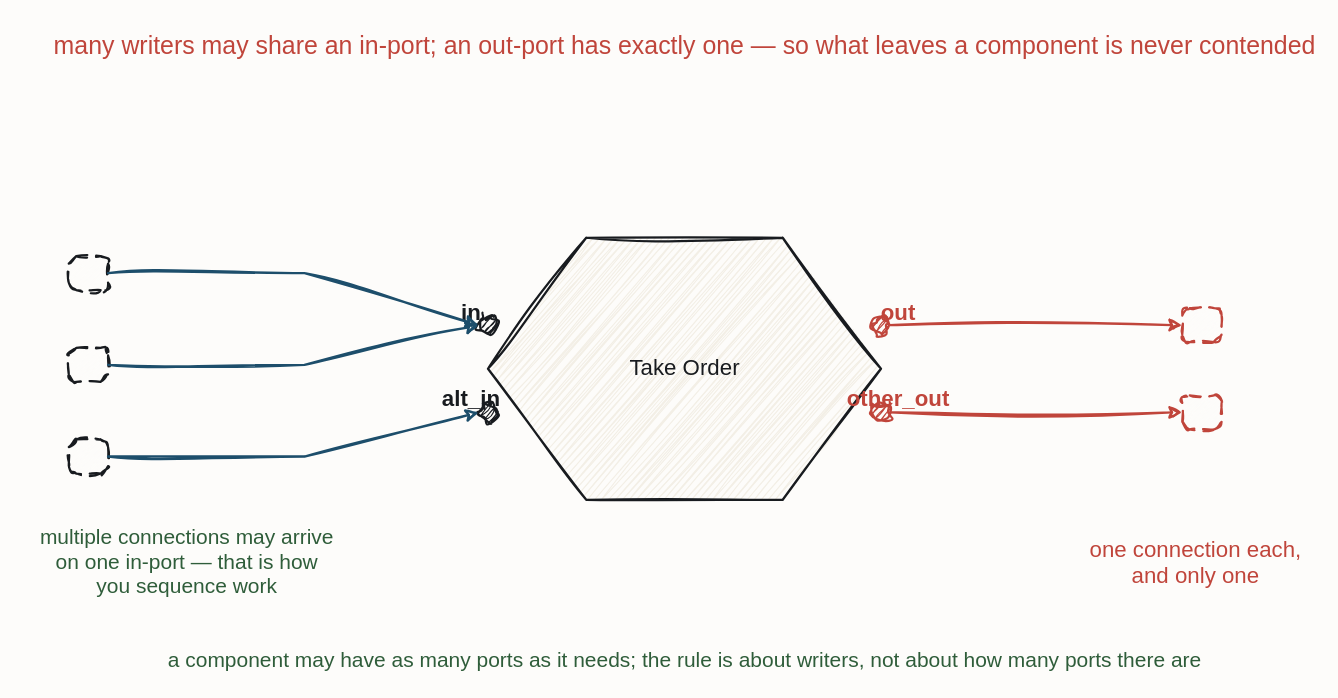
This is resources/flow-fbp-ports.drawio from iancooper/practical-messaging, a draw.io file, before an edit. Source tidied: cells renumbered, new cells numbered last; positions are measured from the earlier drawing's top-left corner, leaving out a move shared by most shapes. Both pictures are drawn from the tidied source at 131%, with x=0, y=0 at pixel (68, 22).
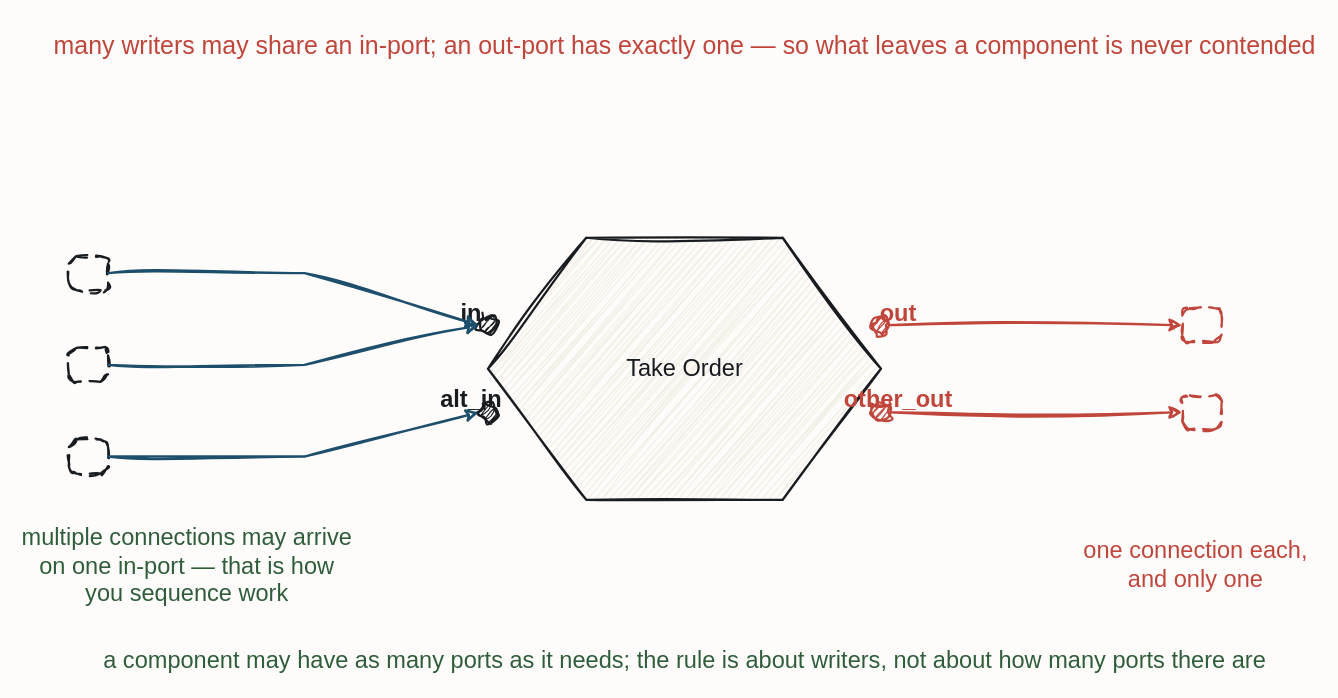
After the change.

Unchanged cells that the change refers to:
```xml
<mxCell id="4" style="sketch=1;hachureGap=4;jiggle=2;curveFitting=1;fontFamily=Caveat;html=1;ellipse;verticalLabelPosition=bottom;verticalAlign=top;strokeColor=#181B1F;strokeWidth=1.7;fillColor=#181B1F;fontColor=#181B1F;fontSize=14;" parent="1" vertex="1">
  <mxGeometry x="313" y="223.7" width="14" height="14" as="geometry" />
</mxCell>
<mxCell id="6" style="sketch=1;hachureGap=4;jiggle=2;curveFitting=1;fontFamily=Caveat;html=1;ellipse;verticalLabelPosition=bottom;verticalAlign=top;strokeColor=#181B1F;strokeWidth=1.7;fillColor=#181B1F;fontColor=#181B1F;fontSize=14;" parent="1" vertex="1">
  <mxGeometry x="313" y="290.3" width="14" height="14" as="geometry" />
</mxCell>
<mxCell id="8" style="sketch=1;hachureGap=4;jiggle=2;curveFitting=1;fontFamily=Caveat;html=1;ellipse;verticalLabelPosition=bottom;verticalAlign=top;strokeColor=#C0453B;strokeWidth=1.7;fillColor=#C0453B;fontColor=#C0453B;fontSize=14;" parent="1" vertex="1">
  <mxGeometry x="613" y="223.7" width="14" height="14" as="geometry" />
</mxCell>
<mxCell id="10" style="sketch=1;hachureGap=4;jiggle=2;curveFitting=1;fontFamily=Caveat;html=1;ellipse;verticalLabelPosition=bottom;verticalAlign=top;strokeColor=#C0453B;strokeWidth=1.7;fillColor=#C0453B;fontColor=#C0453B;fontSize=14;" parent="1" vertex="1">
  <mxGeometry x="613" y="290.3" width="14" height="14" as="geometry" />
</mxCell>
<mxCell id="12" style="sketch=1;hachureGap=4;jiggle=2;curveFitting=1;fontFamily=Caveat;html=1;rounded=1;arcSize=22;dashed=1;dashPattern=5 4;strokeColor=#181B1F;strokeWidth=1.7;fillColor=#FDFCFA;fontColor=#181B1F;fontSize=13;" parent="1" vertex="1">
  <mxGeometry y="178" width="30" height="26" as="geometry" />
</mxCell>
<mxCell id="13" style="sketch=1;hachureGap=4;jiggle=2;curveFitting=1;fontFamily=Caveat;html=1;rounded=1;arcSize=22;dashed=1;dashPattern=5 4;strokeColor=#181B1F;strokeWidth=1.7;fillColor=#FDFCFA;fontColor=#181B1F;fontSize=13;" parent="1" vertex="1">
  <mxGeometry y="248" width="30" height="26" as="geometry" />
</mxCell>
<mxCell id="14" style="sketch=1;hachureGap=4;jiggle=2;curveFitting=1;fontFamily=Caveat;html=1;rounded=1;arcSize=22;dashed=1;dashPattern=5 4;strokeColor=#181B1F;strokeWidth=1.7;fillColor=#FDFCFA;fontColor=#181B1F;fontSize=13;" parent="1" vertex="1">
  <mxGeometry y="318" width="30" height="26" as="geometry" />
</mxCell>
<mxCell id="15" style="sketch=1;hachureGap=4;jiggle=2;curveFitting=1;fontFamily=Caveat;html=1;rounded=1;arcSize=22;dashed=1;dashPattern=5 4;strokeColor=#C0453B;strokeWidth=1.7;fillColor=#FDFCFA;fontColor=#C0453B;fontSize=13;" parent="1" vertex="1">
  <mxGeometry x="850" y="217.7" width="30" height="26" as="geometry" />
</mxCell>
<mxCell id="16" style="sketch=1;hachureGap=4;jiggle=2;curveFitting=1;fontFamily=Caveat;html=1;rounded=1;arcSize=22;dashed=1;dashPattern=5 4;strokeColor=#C0453B;strokeWidth=1.7;fillColor=#FDFCFA;fontColor=#C0453B;fontSize=13;" parent="1" vertex="1">
  <mxGeometry x="850" y="284.3" width="30" height="26" as="geometry" />
</mxCell>
```

The edit, as a diff of the source:
```diff
@@
-    <mxCell id="3" value="Take Order" style="sketch=1;hachureGap=4;jiggle=2;curveFitting=1;fontFamily=Caveat;html=1;shape=hexagon;perimeter=hexagonPerimeter2;strokeColor=#181B1F;strokeWidth=1.7;fillColor=#F3EFE6;fontColor=#181B1F;fontSize=17;" parent="1" vertex="1">
+    <mxCell id="3" value="Take Order" style="sketch=1;hachureGap=4;jiggle=2;curveFitting=1;fontFamily=Caveat;html=1;shape=hexagon;perimeter=hexagonPerimeter2;strokeColor=#181B1F;strokeWidth=1.7;fillColor=#F3EFE6;fontColor=#181B1F;fontSize=18;" parent="1" vertex="1">
       <mxGeometry x="320" y="164" width="300" height="200" as="geometry" />
     </mxCell>
@@
-    <mxCell id="5" value="in" style="text;html=1;align=center;fontFamily=Caveat;fontSize=17;fontColor=#181B1F;fontStyle=1;" parent="1" vertex="1">
+    <mxCell id="5" value="in" style="text;html=1;align=center;fontFamily=Caveat;fontSize=18;fontColor=#181B1F;fontStyle=1;" parent="1" vertex="1">
       <mxGeometry x="247" y="204.7" width="120" height="20" as="geometry" />
     </mxCell>
@@
-    <mxCell id="7" value="alt_in" style="text;html=1;align=center;fontFamily=Caveat;fontSize=17;fontColor=#181B1F;fontStyle=1;" parent="1" vertex="1">
+    <mxCell id="7" value="alt_in" style="text;html=1;align=center;fontFamily=Caveat;fontSize=18;fontColor=#181B1F;fontStyle=1;" parent="1" vertex="1">
       <mxGeometry x="247" y="271.3" width="120" height="20" as="geometry" />
     </mxCell>
@@
-    <mxCell id="9" value="out" style="text;html=1;align=center;fontFamily=Caveat;fontSize=17;fontColor=#C0453B;fontStyle=1;" parent="1" vertex="1">
+    <mxCell id="9" value="out" style="text;html=1;align=center;fontFamily=Caveat;fontSize=18;fontColor=#C0453B;fontStyle=1;" parent="1" vertex="1">
       <mxGeometry x="573" y="204.7" width="120" height="20" as="geometry" />
     </mxCell>
@@
-    <mxCell id="11" value="other_out" style="text;html=1;align=center;fontFamily=Caveat;fontSize=17;fontColor=#C0453B;fontStyle=1;" parent="1" vertex="1">
+    <mxCell id="11" value="other_out" style="text;html=1;align=center;fontFamily=Caveat;fontSize=18;fontColor=#C0453B;fontStyle=1;" parent="1" vertex="1">
       <mxGeometry x="573" y="271.3" width="120" height="20" as="geometry" />
     </mxCell>
@@
-    <mxCell id="17" value="multiple connections may arrive&#10;on one in-port — that is how&#10;you sequence work" style="text;html=1;align=center;fontFamily=Caveat;fontSize=16;fontColor=#2F5D3A;" parent="1" vertex="1">
+    <mxCell id="17" value="multiple connections may arrive&#10;on one in-port — that is how&#10;you sequence work" style="text;html=1;align=center;fontFamily=Caveat;fontSize=18;fontColor=#2F5D3A;" parent="1" vertex="1">
       <mxGeometry x="30" y="376" width="120" height="20" as="geometry" />
     </mxCell>
-    <mxCell id="18" value="one connection each,&#10;and only one" style="text;html=1;align=center;fontFamily=Caveat;fontSize=17;fontColor=#C0453B;" parent="1" vertex="1">
+    <mxCell id="18" value="one connection each,&#10;and only one" style="text;html=1;align=center;fontFamily=Caveat;fontSize=18;fontColor=#C0453B;" parent="1" vertex="1">
       <mxGeometry x="800" y="386" width="120" height="20" as="geometry" />
     </mxCell>
-    <mxCell id="19" value="a component may have as many ports as it needs; the rule is about writers, not about how many ports there are" style="text;html=1;align=center;fontFamily=Caveat;fontSize=16;fontColor=#2F5D3A;" parent="1" vertex="1">
+    <mxCell id="19" value="a component may have as many ports as it needs; the rule is about writers, not about how many ports there are" style="text;html=1;align=center;fontFamily=Caveat;fontSize=18;fontColor=#2F5D3A;" parent="1" vertex="1">
       <mxGeometry x="410" y="470" width="120" height="20" as="geometry" />
     </mxCell>
-    <mxCell id="20" style="sketch=1;jiggle=2;curveFitting=1;edgeStyle=none;rounded=0;strokeColor=#1D4E6B;strokeWidth=1.8;fontFamily=Caveat;fontSize=17;fontColor=#1D4E6B;html=1;exitX=1.0;exitY=0.5;exitDx=0;exitDy=0;entryX=0.0;entryY=0.5;entryDx=0;entryDy=0;" parent="1" edge="1" source="12" target="4">
+    <mxCell id="20" style="sketch=1;jiggle=2;curveFitting=1;edgeStyle=none;rounded=0;strokeColor=#1D4E6B;strokeWidth=1.8;fontFamily=Caveat;fontSize=18;fontColor=#1D4E6B;html=1;exitX=1.0;exitY=0.5;exitDx=0;exitDy=0;entryX=0.0;entryY=0.5;entryDx=0;entryDy=0;" parent="1" edge="1" source="12" target="4">
       <mxGeometry relative="1" as="geometry">
         <Array as="points">
           <mxPoint x="180" y="191" />
         </Array>
       </mxGeometry>
     </mxCell>
-    <mxCell id="21" style="sketch=1;jiggle=2;curveFitting=1;edgeStyle=none;rounded=0;strokeColor=#1D4E6B;strokeWidth=1.8;fontFamily=Caveat;fontSize=17;fontColor=#1D4E6B;html=1;exitX=1.0;exitY=0.5;exitDx=0;exitDy=0;entryX=0.0;entryY=0.5;entryDx=0;entryDy=0;" parent="1" edge="1" source="13" target="4">
+    <mxCell id="21" style="sketch=1;jiggle=2;curveFitting=1;edgeStyle=none;rounded=0;strokeColor=#1D4E6B;strokeWidth=1.8;fontFamily=Caveat;fontSize=18;fontColor=#1D4E6B;html=1;exitX=1.0;exitY=0.5;exitDx=0;exitDy=0;entryX=0.0;entryY=0.5;entryDx=0;entryDy=0;" parent="1" edge="1" source="13" target="4">
       <mxGeometry relative="1" as="geometry">
         <Array as="points">
           <mxPoint x="180" y="261" />
         </Array>
       </mxGeometry>
     </mxCell>
-    <mxCell id="22" style="sketch=1;jiggle=2;curveFitting=1;edgeStyle=none;rounded=0;strokeColor=#1D4E6B;strokeWidth=1.8;fontFamily=Caveat;fontSize=17;fontColor=#1D4E6B;html=1;exitX=1.0;exitY=0.5;exitDx=0;exitDy=0;entryX=0.0;entryY=0.5;entryDx=0;entryDy=0;" parent="1" edge="1" source="14" target="6">
+    <mxCell id="22" style="sketch=1;jiggle=2;curveFitting=1;edgeStyle=none;rounded=0;strokeColor=#1D4E6B;strokeWidth=1.8;fontFamily=Caveat;fontSize=18;fontColor=#1D4E6B;html=1;exitX=1.0;exitY=0.5;exitDx=0;exitDy=0;entryX=0.0;entryY=0.5;entryDx=0;entryDy=0;" parent="1" edge="1" source="14" target="6">
       <mxGeometry relative="1" as="geometry">
         <Array as="points">
           <mxPoint x="180" y="331" />
         </Array>
       </mxGeometry>
     </mxCell>
-    <mxCell id="23" style="sketch=1;jiggle=2;curveFitting=1;edgeStyle=none;rounded=0;strokeColor=#C0453B;strokeWidth=1.8;fontFamily=Caveat;fontSize=17;fontColor=#C0453B;html=1;exitX=1.0;exitY=0.5;exitDx=0;exitDy=0;entryX=0.0;entryY=0.5;entryDx=0;entryDy=0;" parent="1" edge="1" source="8" target="15">
+    <mxCell id="23" style="sketch=1;jiggle=2;curveFitting=1;edgeStyle=none;rounded=0;strokeColor=#C0453B;strokeWidth=1.8;fontFamily=Caveat;fontSize=18;fontColor=#C0453B;html=1;exitX=1.0;exitY=0.5;exitDx=0;exitDy=0;entryX=0.0;entryY=0.5;entryDx=0;entryDy=0;" parent="1" edge="1" source="8" target="15">
       <mxGeometry relative="1" as="geometry" />
     </mxCell>
-    <mxCell id="24" style="sketch=1;jiggle=2;curveFitting=1;edgeStyle=none;rounded=0;strokeColor=#C0453B;strokeWidth=1.8;fontFamily=Caveat;fontSize=17;fontColor=#C0453B;html=1;exitX=1.0;exitY=0.5;exitDx=0;exitDy=0;entryX=0.0;entryY=0.5;entryDx=0;entryDy=0;" parent="1" edge="1" source="10" target="16">
+    <mxCell id="24" style="sketch=1;jiggle=2;curveFitting=1;edgeStyle=none;rounded=0;strokeColor=#C0453B;strokeWidth=1.8;fontFamily=Caveat;fontSize=18;fontColor=#C0453B;html=1;exitX=1.0;exitY=0.5;exitDx=0;exitDy=0;entryX=0.0;entryY=0.5;entryDx=0;entryDy=0;" parent="1" edge="1" source="10" target="16">
       <mxGeometry relative="1" as="geometry" />
     </mxCell>
```
